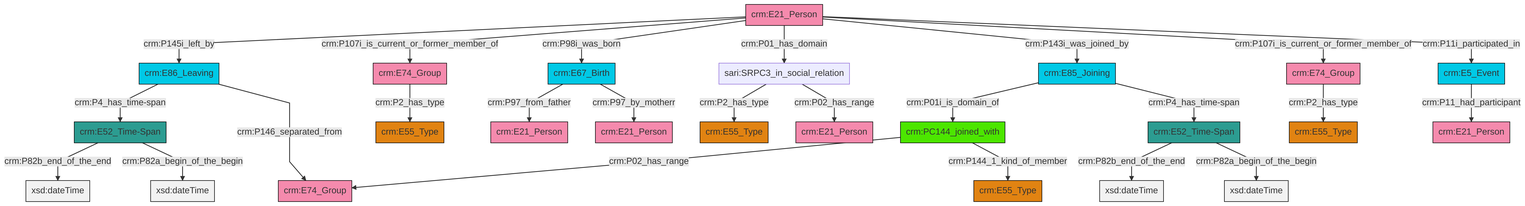
Before: et/personCSV/ttl/mmd/png/Person_Actor_Relations.png, a diagram exported from Mermaid (swiss-art-research-net/docs.swissartresearch). Its source is kept beside it as et/personCSV/ttl/mmd/Person_Actor_Relations.ttl.mmd.
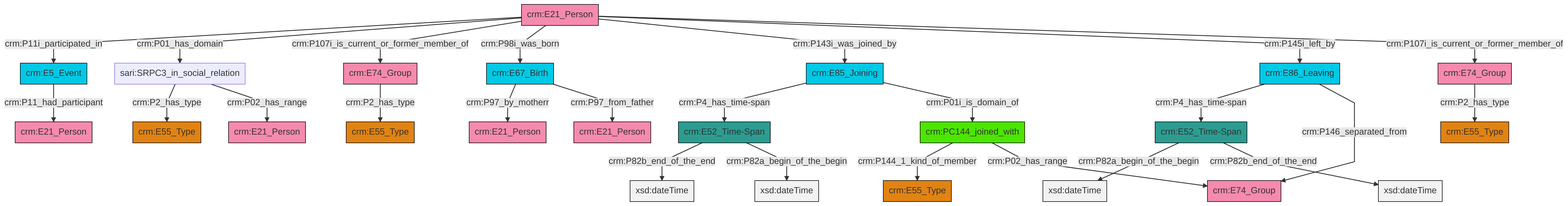
After the commit.

Change to the diagram source:
```diff
@@ -13,27 +13,27 @@
 classDef PC_Classes fill:#4ce600, stroke:#000000;
 classDef Multi fill:#cccccc,stroke:#000000;
 
-0["crm:E86_Leaving"]:::Temporal_Entity -->|crm:P4_has_time-span| 1["crm:E52_Time-Span"]:::Time-Span
-6["crm:PC144_joined_with"]:::PC_Classes -->|crm:P02_has_range| 7["crm:E74_Group"]:::Actor
-8["crm:E67_Birth"]:::Temporal_Entity -->|crm:P97_from_father| 9["crm:E21_Person"]:::Actor
-0["crm:E86_Leaving"]:::Temporal_Entity -->|crm:P146_separated_from| 7["crm:E74_Group"]:::Actor
-12["crm:E21_Person"]:::Actor -->|crm:P145i_left_by| 0["crm:E86_Leaving"]:::Temporal_Entity
-10["crm:E5_Event"]:::Temporal_Entity -->|crm:P11_had_participant| 15["crm:E21_Person"]:::Actor
-12["crm:E21_Person"]:::Actor -->|crm:P107i_is_current_or_former_member_of| 16["crm:E74_Group"]:::Actor
-1["crm:E52_Time-Span"]:::Time-Span -->|crm:P82b_end_of_the_end| 17[xsd:dateTime]:::Literal
-12["crm:E21_Person"]:::Actor -->|crm:P98i_was_born| 8["crm:E67_Birth"]:::Temporal_Entity
-12["crm:E21_Person"]:::Actor -->|crm:P01_has_domain| 27["sari:SRPC3_in_social_relation"]:::Default
-22["crm:E52_Time-Span"]:::Time-Span -->|crm:P82b_end_of_the_end| 31[xsd:dateTime]:::Literal
-27["sari:SRPC3_in_social_relation"]:::Default -->|crm:P2_has_type| 2["crm:E55_Type"]:::Type
-33["crm:E85_Joining"]:::Temporal_Entity -->|crm:P01i_is_domain_of| 6["crm:PC144_joined_with"]:::PC_Classes
-12["crm:E21_Person"]:::Actor -->|crm:P143i_was_joined_by| 33["crm:E85_Joining"]:::Temporal_Entity
-6["crm:PC144_joined_with"]:::PC_Classes -->|crm:P144_1_kind_of_member| 28["crm:E55_Type"]:::Type
-33["crm:E85_Joining"]:::Temporal_Entity -->|crm:P4_has_time-span| 22["crm:E52_Time-Span"]:::Time-Span
-16["crm:E74_Group"]:::Actor -->|crm:P2_has_type| 20["crm:E55_Type"]:::Type
-1["crm:E52_Time-Span"]:::Time-Span -->|crm:P82a_begin_of_the_begin| 38[xsd:dateTime]:::Literal
-12["crm:E21_Person"]:::Actor -->|crm:P107i_is_current_or_former_member_of| 41["crm:E74_Group"]:::Actor
-41["crm:E74_Group"]:::Actor -->|crm:P2_has_type| 24["crm:E55_Type"]:::Type
-8["crm:E67_Birth"]:::Temporal_Entity -->|crm:P97_by_motherr| 18["crm:E21_Person"]:::Actor
-27["sari:SRPC3_in_social_relation"]:::Default -->|crm:P02_has_range| 4["crm:E21_Person"]:::Actor
-12["crm:E21_Person"]:::Actor -->|crm:P11i_participated_in| 10["crm:E5_Event"]:::Temporal_Entity
-22["crm:E52_Time-Span"]:::Time-Span -->|crm:P82a_begin_of_the_begin| 45[xsd:dateTime]:::Literal
+2["crm:E67_Birth"]:::Temporal_Entity -->|crm:P97_by_motherr| 3["crm:E21_Person"]:::Actor
+4["crm:E85_Joining"]:::Temporal_Entity -->|crm:P4_has_time-span| 5["crm:E52_Time-Span"]:::Time-Span
+6["crm:E5_Event"]:::Temporal_Entity -->|crm:P11_had_participant| 7["crm:E21_Person"]:::Actor
+8["sari:SRPC3_in_social_relation"]:::Default -->|crm:P2_has_type| 9["crm:E55_Type"]:::Type
+10["crm:E52_Time-Span"]:::Time-Span -->|crm:P82a_begin_of_the_begin| 11[xsd:dateTime]:::Literal
+16["crm:E21_Person"]:::Actor -->|crm:P11i_participated_in| 6["crm:E5_Event"]:::Temporal_Entity
+16["crm:E21_Person"]:::Actor -->|crm:P01_has_domain| 8["sari:SRPC3_in_social_relation"]:::Default
+21["crm:E86_Leaving"]:::Temporal_Entity -->|crm:P4_has_time-span| 10["crm:E52_Time-Span"]:::Time-Span
+24["crm:PC144_joined_with"]:::PC_Classes -->|crm:P144_1_kind_of_member| 25["crm:E55_Type"]:::Type
+16["crm:E21_Person"]:::Actor -->|crm:P107i_is_current_or_former_member_of| 27["crm:E74_Group"]:::Actor
+5["crm:E52_Time-Span"]:::Time-Span -->|crm:P82b_end_of_the_end| 28[xsd:dateTime]:::Literal
+27["crm:E74_Group"]:::Actor -->|crm:P2_has_type| 14["crm:E55_Type"]:::Type
+5["crm:E52_Time-Span"]:::Time-Span -->|crm:P82a_begin_of_the_begin| 31[xsd:dateTime]:::Literal
+21["crm:E86_Leaving"]:::Temporal_Entity -->|crm:P146_separated_from| 22["crm:E74_Group"]:::Actor
+10["crm:E52_Time-Span"]:::Time-Span -->|crm:P82b_end_of_the_end| 36[xsd:dateTime]:::Literal
+2["crm:E67_Birth"]:::Temporal_Entity -->|crm:P97_from_father| 29["crm:E21_Person"]:::Actor
+4["crm:E85_Joining"]:::Temporal_Entity -->|crm:P01i_is_domain_of| 24["crm:PC144_joined_with"]:::PC_Classes
+8["sari:SRPC3_in_social_relation"]:::Default -->|crm:P02_has_range| 12["crm:E21_Person"]:::Actor
+16["crm:E21_Person"]:::Actor -->|crm:P98i_was_born| 2["crm:E67_Birth"]:::Temporal_Entity
+24["crm:PC144_joined_with"]:::PC_Classes -->|crm:P02_has_range| 22["crm:E74_Group"]:::Actor
+16["crm:E21_Person"]:::Actor -->|crm:P143i_was_joined_by| 4["crm:E85_Joining"]:::Temporal_Entity
+16["crm:E21_Person"]:::Actor -->|crm:P145i_left_by| 21["crm:E86_Leaving"]:::Temporal_Entity
+0["crm:E74_Group"]:::Actor -->|crm:P2_has_type| 19["crm:E55_Type"]:::Type
+16["crm:E21_Person"]:::Actor -->|crm:P107i_is_current_or_former_member_of| 0["crm:E74_Group"]:::Actor
```
